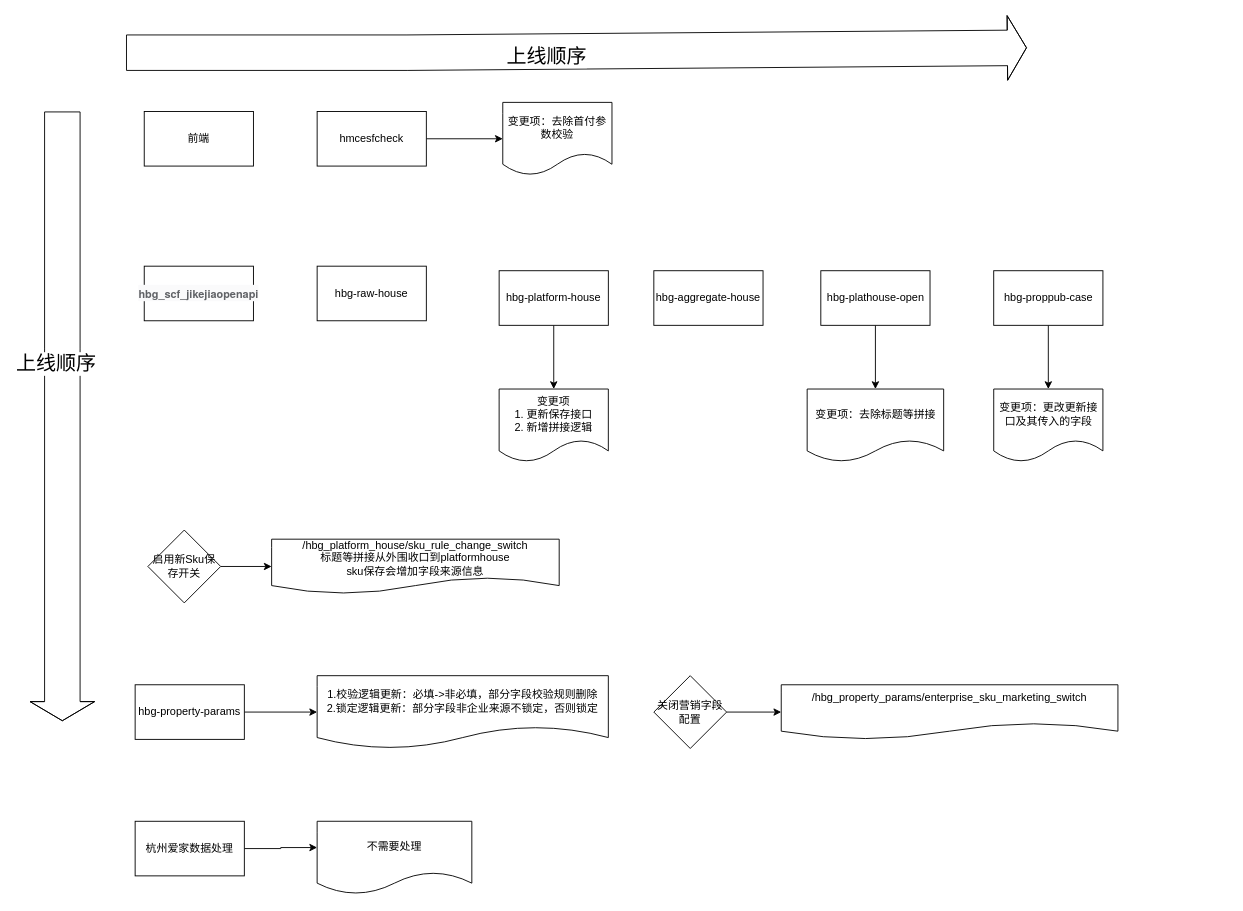
Above: sku/sku规则改造上线流程.drawio in guyukou/drawio (draw.io), before the change. Source tidied: cells renumbered, new cells numbered last; positions are measured from the earlier drawing's top-left corner, leaving out a move shared by most shapes. Both pictures are drawn from the tidied source at 91%, with x=0, y=0 at pixel (62, 47).
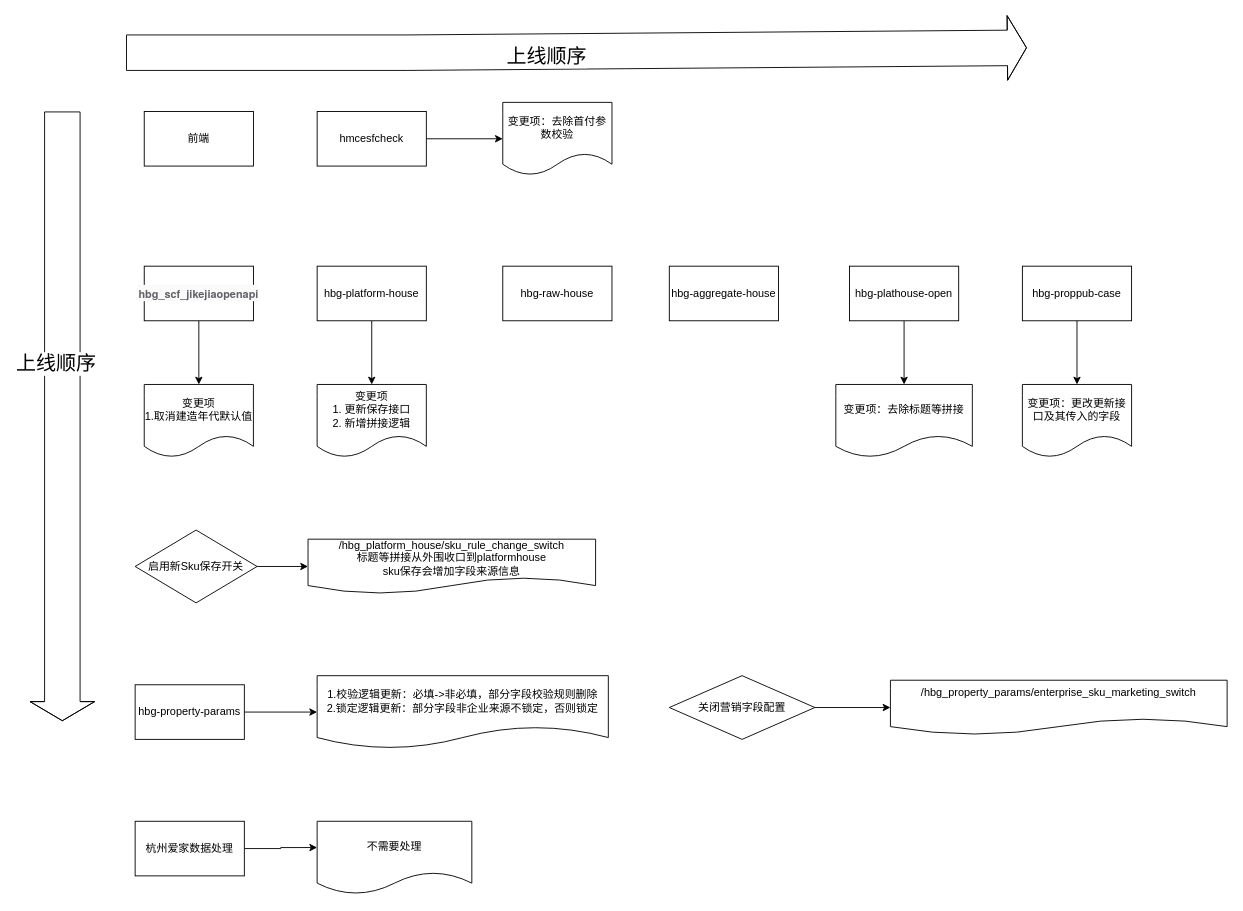
The same diagram, later.

Commit message:
Update sku规则改造上线流程.drawio

The change refers to these unchanged cells:
```xml
<mxCell id="33" value="&lt;span style=&quot;color: rgb(96, 98, 102); font-family: &amp;quot;Helvetica Neue&amp;quot;, Helvetica, &amp;quot;PingFang SC&amp;quot;, &amp;quot;Hiragino Sans GB&amp;quot;, &amp;quot;Microsoft YaHei&amp;quot;, 微软雅黑, Arial, sans-serif, don58; font-weight: 700; text-align: left; background-color: rgb(250, 250, 251);&quot;&gt;hbg_scf_jikejiaopenapi&lt;/span&gt;" style="rounded=0;whiteSpace=wrap;html=1;" parent="1" vertex="1">
  <mxGeometry x="90" y="240" width="120" height="60" as="geometry" />
</mxCell>
```

What changed in the source:
```diff
@@
     <mxCell id="4" value="hbg-aggregate-house" style="rounded=0;whiteSpace=wrap;html=1;" parent="1" vertex="1">
-      <mxGeometry x="650" y="245" width="120" height="60" as="geometry" />
+      <mxGeometry x="667" y="240" width="120" height="60" as="geometry" />
     </mxCell>
@@
     <mxCell id="6" value="hbg-platform-house" style="rounded=0;whiteSpace=wrap;html=1;" parent="1" vertex="1">
-      <mxGeometry x="480" y="245" width="120" height="60" as="geometry" />
+      <mxGeometry x="280" y="240" width="120" height="60" as="geometry" />
     </mxCell>
@@
     <mxCell id="8" value="hbg-plathouse-open" style="rounded=0;whiteSpace=wrap;html=1;" parent="1" vertex="1">
-      <mxGeometry x="833.5" y="245" width="120" height="60" as="geometry" />
+      <mxGeometry x="865" y="240" width="120" height="60" as="geometry" />
     </mxCell>
@@
     <mxCell id="12" value="hbg-proppub-case" style="rounded=0;whiteSpace=wrap;html=1;" parent="1" vertex="1">
-      <mxGeometry x="1023.5" y="245" width="120" height="60" as="geometry" />
+      <mxGeometry x="1055" y="240" width="120" height="60" as="geometry" />
     </mxCell>
     <mxCell id="13" value="hbg-raw-house" style="rounded=0;whiteSpace=wrap;html=1;" parent="1" vertex="1">
-      <mxGeometry x="280" y="240" width="120" height="60" as="geometry" />
+      <mxGeometry x="484" y="240" width="120" height="60" as="geometry" />
     </mxCell>
@@
     <mxCell id="16" value="启用新Sku保存开关" style="rhombus;whiteSpace=wrap;html=1;" parent="1" vertex="1">
-      <mxGeometry x="94" y="530" width="80" height="80" as="geometry" />
+      <mxGeometry x="80" y="530" width="134" height="80" as="geometry" />
     </mxCell>
@@
     <mxCell id="21" value="关闭营销字段配置" style="rhombus;whiteSpace=wrap;html=1;fontSize=12;" parent="1" vertex="1">
-      <mxGeometry x="650" y="690" width="80" height="80" as="geometry" />
+      <mxGeometry x="667" y="690" width="160" height="70" as="geometry" />
     </mxCell>
     <mxCell id="22" value="&lt;div&gt;/hbg_property_params/enterprise_sku_marketing_switch&lt;/div&gt;&lt;div&gt;&lt;br&gt;&lt;/div&gt;" style="shape=document;whiteSpace=wrap;html=1;boundedLbl=1;" parent="1" vertex="1">
-      <mxGeometry x="790" y="700" width="370" height="60" as="geometry" />
+      <mxGeometry x="910" y="695" width="370" height="60" as="geometry" />
     </mxCell>
     <mxCell id="23" value="&lt;div&gt;/hbg_platform_house/sku_rule_change_switch&lt;/div&gt;&lt;div&gt;标题等拼接从外围收口到platformhouse&lt;br&gt;sku保存会增加字段来源信息&lt;/div&gt;" style="shape=document;whiteSpace=wrap;html=1;boundedLbl=1;" parent="1" vertex="1">
-      <mxGeometry x="230" y="540" width="316" height="60" as="geometry" />
+      <mxGeometry x="270" y="540" width="316" height="60" as="geometry" />
     </mxCell>
@@
     <mxCell id="30" value="变更项：去除标题等拼接" style="shape=document;whiteSpace=wrap;html=1;boundedLbl=1;rounded=0;" parent="1" vertex="1">
-      <mxGeometry x="818.5" y="375" width="150" height="80" as="geometry" />
+      <mxGeometry x="850" y="370" width="150" height="80" as="geometry" />
     </mxCell>
     <mxCell id="31" value="变更项：更改更新接口及其传入的字段" style="shape=document;whiteSpace=wrap;html=1;boundedLbl=1;rounded=0;" parent="1" vertex="1">
-      <mxGeometry x="1023.5" y="375" width="120" height="80" as="geometry" />
+      <mxGeometry x="1055" y="370" width="120" height="80" as="geometry" />
     </mxCell>
     <mxCell id="32" value="变更项&lt;br&gt;1. 更新保存接口&lt;br&gt;2. 新增拼接逻辑" style="shape=document;whiteSpace=wrap;html=1;boundedLbl=1;rounded=0;" parent="1" vertex="1">
-      <mxGeometry x="480" y="375" width="120" height="80" as="geometry" />
+      <mxGeometry x="280" y="370" width="120" height="80" as="geometry" />
     </mxCell>
+    <mxCell id="34" style="edgeStyle=orthogonalEdgeStyle;rounded=0;jettySize=auto;html=1;strokeColor=default;strokeWidth=1;fontSize=12;" parent="1" edge="1" source="33" target="35">
+      <mxGeometry relative="1" as="geometry" />
+    </mxCell>
@@
+    <mxCell id="35" value="变更项&lt;br&gt;1.取消建造年代默认值" style="shape=document;whiteSpace=wrap;html=1;boundedLbl=1;rounded=0;" parent="1" vertex="1">
+      <mxGeometry x="90" y="370" width="120" height="80" as="geometry" />
+    </mxCell>
```
